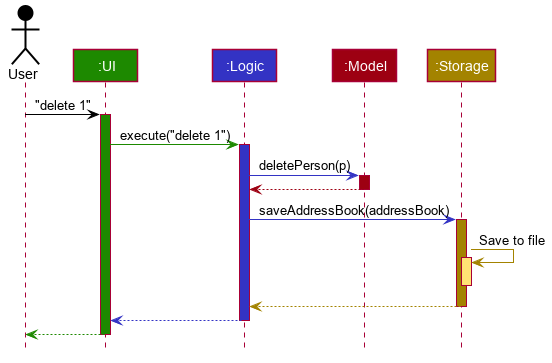
Earlier version of the PlantUML export docs/images/ArchitectureSequenceDiagram.png (nus-cs2103-AY1920S2/addressbook-level3).
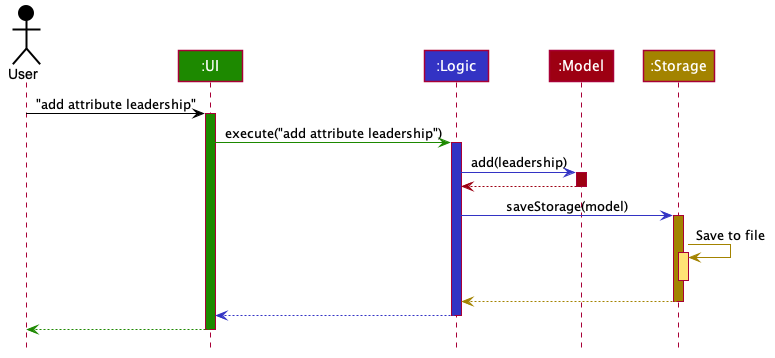
After the change.

Commit message:
update architecture diagram (#134)

Diff of the diagram source:
```diff
@@ -54,19 +54,19 @@
 Participant ":Model" as model #9D0012
 Participant ":Storage" as storage #A38300
 
-user -[#000000]> ui : "delete 1"
+user -[#000000]> ui : "add attribute leadership"
 activate ui #1D8900
 
-ui -[#1D8900]> logic : execute("delete 1")
+ui -[#1D8900]> logic : execute("add attribute leadership")
 activate logic #3333C4
 
-logic -[#3333C4]> model : deletePerson(p)
+logic -[#3333C4]> model : add(leadership)
 activate model #9D0012
 
 model -[#9D0012]-> logic
 deactivate model
 
-logic -[#3333C4]> storage : saveAddressBook(addressBook)
+logic -[#3333C4]> storage : saveStorage(model)
 activate storage #A38300
 
 storage -[#A38300]> storage : Save to file
```
